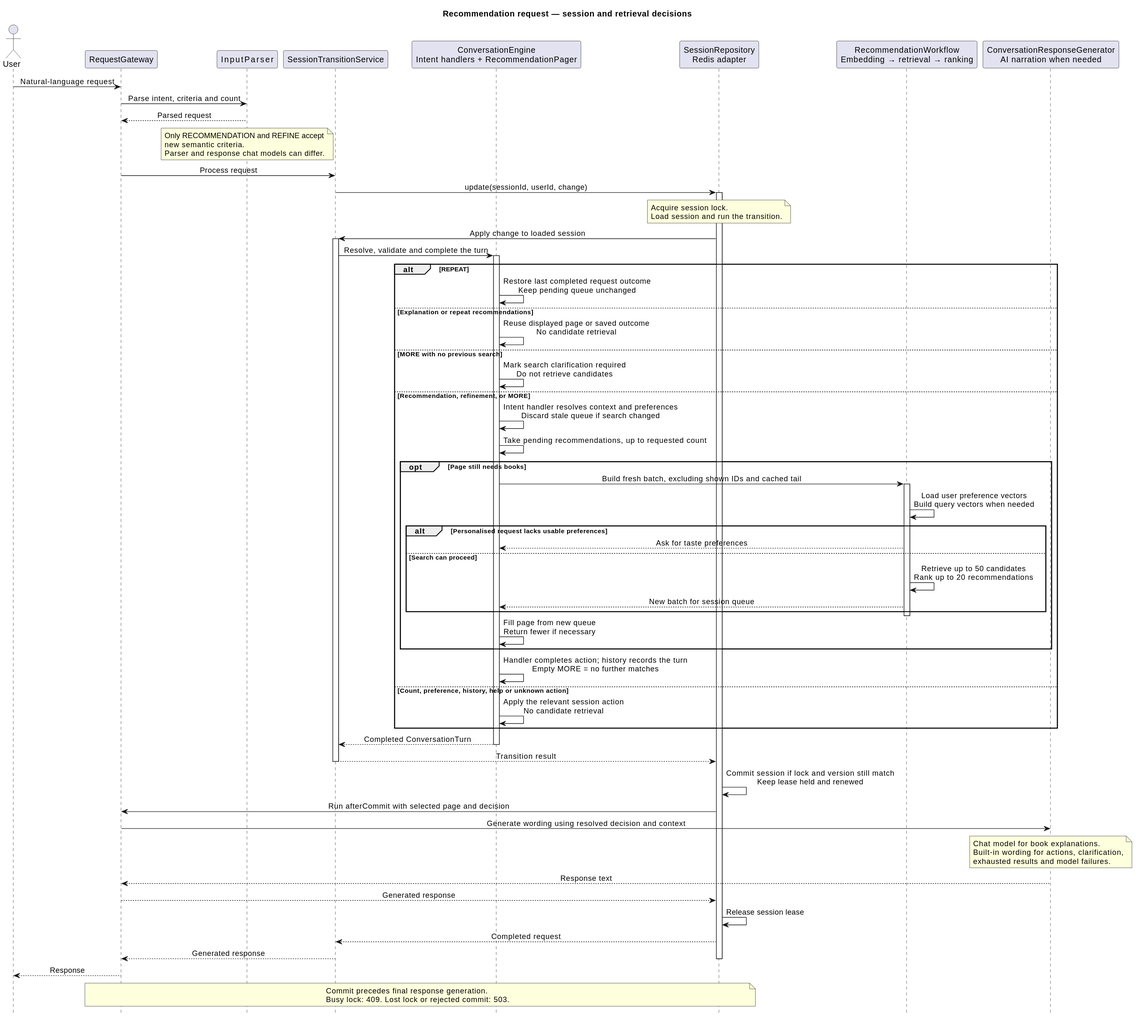
The PlantUML diagram docs/diagrams/recommendation-flow.svg in Juliu9/IT-Project, before a commit.
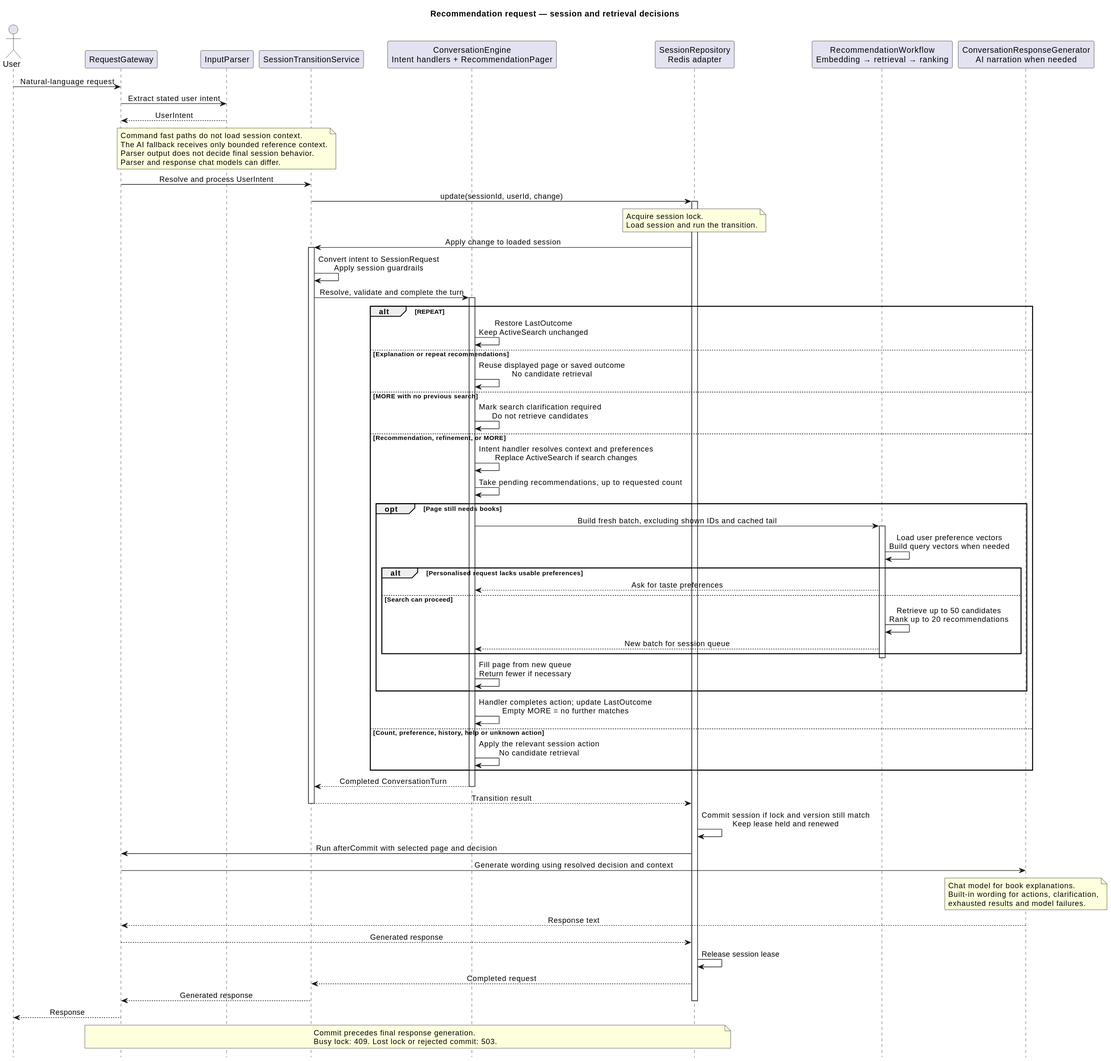
Above is the later version.

Change to the diagram source:
```diff
@@ -8,7 +8,7 @@
 
 actor User
 participant RequestGateway as Gateway
-participant AiInputParser as Parser
+participant InputParser as Parser
 participant SessionTransitionService as Transition
 participant "ConversationEngine\nIntent handlers + RecommendationPager" as Engine
 participant "SessionRepository\nRedis adapter" as Sessions
@@ -16,14 +16,15 @@
 participant "ConversationResponseGenerator\nAI narration when needed" as Response
 
 User -> Gateway : Natural-language request
-Gateway -> Parser : Parse intent, criteria and count
-Parser --> Gateway : Parsed request
+Gateway -> Parser : Extract stated user intent
+Parser --> Gateway : UserIntent
 note over Parser
-  Only RECOMMENDATION and REFINE accept
-  new semantic criteria.
+  Command fast paths do not load session context.
+  The AI fallback receives only bounded reference context.
+  Parser output does not decide final session behavior.
   Parser and response chat models can differ.
 end note
-Gateway -> Transition : Process request
+Gateway -> Transition : Resolve and process UserIntent
 Transition -> Sessions : update(sessionId, userId, change)
 activate Sessions
 note over Sessions
@@ -32,17 +33,18 @@
 end note
 Sessions -> Transition : Apply change to loaded session
 activate Transition
+Transition -> Transition : Convert intent to SessionRequest\nApply session guardrails
 Transition -> Engine : Resolve, validate and complete the turn
 activate Engine
 
 alt REPEAT
-  Engine -> Engine : Restore last completed request outcome\nKeep pending queue unchanged
+  Engine -> Engine : Restore LastOutcome\nKeep ActiveSearch unchanged
 else Explanation or repeat recommendations
   Engine -> Engine : Reuse displayed page or saved outcome\nNo candidate retrieval
 else MORE with no previous search
   Engine -> Engine : Mark search clarification required\nDo not retrieve candidates
 else Recommendation, refinement, or MORE
-  Engine -> Engine : Intent handler resolves context and preferences\nDiscard stale queue if search changed
+  Engine -> Engine : Intent handler resolves context and preferences\nReplace ActiveSearch if search changes
   Engine -> Engine : Take pending recommendations, up to requested count
   opt Page still needs books
     Engine -> Workflow : Build fresh batch, excluding shown IDs and cached tail
@@ -57,7 +59,7 @@
     deactivate Workflow
     Engine -> Engine : Fill page from new queue\nReturn fewer if necessary
   end
-  Engine -> Engine : Handler completes action; history records the turn\nEmpty MORE = no further matches
+  Engine -> Engine : Handler completes action; update LastOutcome\nEmpty MORE = no further matches
 else Count, preference, history, help or unknown action
   Engine -> Engine : Apply the relevant session action\nNo candidate retrieval
 end
```
